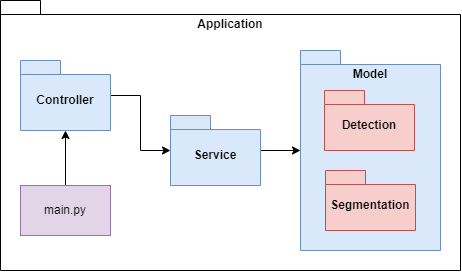
Above: pictures/app_diagram.png in SpoonDoesNotExist/object_detection_and_segmentation (draw.io), before the change. Source tidied: cells renumbered, new cells last; positions are measured from the earlier drawing's top-left corner, leaving out a move shared by most shapes. The source it was exported from:
```xml
<mxGraphModel>
  <root>
    <mxCell id="0" />
    <mxCell id="1" parent="0" />
    <mxCell id="2" value="Application" style="shape=folder;fontStyle=1;spacingTop=10;tabWidth=40;tabHeight=14;tabPosition=left;html=1;whiteSpace=wrap;verticalAlign=top;labelBackgroundColor=default;" parent="1" vertex="1">
      <mxGeometry width="460" height="270" as="geometry" />
    </mxCell>
    <mxCell id="3" style="edgeStyle=orthogonalEdgeStyle;rounded=0;jettySize=auto;html=1;" parent="1" edge="1" source="4" target="5">
      <mxGeometry relative="1" as="geometry" />
    </mxCell>
    <mxCell id="4" value="Service" style="shape=folder;fontStyle=1;spacingTop=10;tabWidth=40;tabHeight=14;tabPosition=left;html=1;whiteSpace=wrap;fillColor=#dae8fc;strokeColor=#6c8ebf;" parent="1" vertex="1">
      <mxGeometry x="170" y="115" width="90" height="70" as="geometry" />
    </mxCell>
    <mxCell id="5" value="Model" style="shape=folder;fontStyle=1;spacingTop=10;tabWidth=40;tabHeight=14;tabPosition=left;html=1;whiteSpace=wrap;verticalAlign=top;fillColor=#dae8fc;strokeColor=#6c8ebf;" parent="1" vertex="1">
      <mxGeometry x="300" y="50" width="140" height="200" as="geometry" />
    </mxCell>
    <mxCell id="6" style="edgeStyle=orthogonalEdgeStyle;rounded=0;jettySize=auto;html=1;" parent="1" edge="1" source="7" target="4">
      <mxGeometry relative="1" as="geometry" />
    </mxCell>
    <mxCell id="7" value="Controller" style="shape=folder;fontStyle=1;spacingTop=10;tabWidth=40;tabHeight=14;tabPosition=left;html=1;whiteSpace=wrap;fillColor=#dae8fc;strokeColor=#6c8ebf;" parent="1" vertex="1">
      <mxGeometry x="20" y="60" width="90" height="70" as="geometry" />
    </mxCell>
    <mxCell id="8" style="edgeStyle=orthogonalEdgeStyle;rounded=0;jettySize=auto;html=1;" parent="1" edge="1" source="9" target="7">
      <mxGeometry relative="1" as="geometry" />
    </mxCell>
    <mxCell id="9" value="main.py" style="html=1;whiteSpace=wrap;fillColor=#e1d5e7;strokeColor=#9673a6;" parent="1" vertex="1">
      <mxGeometry x="20" y="185" width="90" height="50" as="geometry" />
    </mxCell>
    <mxCell id="10" value="Segmentation" style="shape=folder;fontStyle=1;spacingTop=10;tabWidth=40;tabHeight=14;tabPosition=left;html=1;whiteSpace=wrap;fillColor=#f8cecc;strokeColor=#b85450;" parent="1" vertex="1">
      <mxGeometry x="325" y="170" width="90" height="60" as="geometry" />
    </mxCell>
    <mxCell id="11" value="Detection" style="shape=folder;fontStyle=1;spacingTop=10;tabWidth=40;tabHeight=14;tabPosition=left;html=1;whiteSpace=wrap;fillColor=#f8cecc;strokeColor=#b85450;" parent="1" vertex="1">
      <mxGeometry x="324" y="90" width="90" height="60" as="geometry" />
    </mxCell>
  </root>
</mxGraphModel>
```
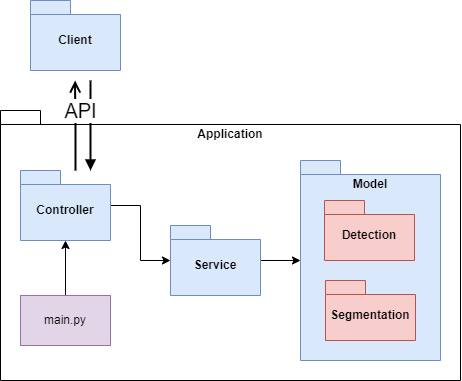
After the change.

The edit, as a diff of the source:
```diff
@@ -32,5 +32,20 @@
     <mxCell id="11" value="Detection" style="shape=folder;fontStyle=1;spacingTop=10;tabWidth=40;tabHeight=14;tabPosition=left;html=1;whiteSpace=wrap;fillColor=#f8cecc;strokeColor=#b85450;" parent="1" vertex="1">
       <mxGeometry x="324" y="90" width="90" height="60" as="geometry" />
     </mxCell>
+    <mxCell id="12" value="Client" style="shape=folder;fontStyle=1;spacingTop=10;tabWidth=40;tabHeight=14;tabPosition=left;html=1;whiteSpace=wrap;fillColor=#dae8fc;strokeColor=#6c8ebf;" parent="1" vertex="1">
+      <mxGeometry x="30" y="-110" width="90" height="70" as="geometry" />
+    </mxCell>
+    <mxCell id="13" style="html=1;verticalAlign=bottom;endArrow=open;endSize=8;edgeStyle=elbowEdgeStyle;elbow=vertical;curved=0;rounded=0;strokeWidth=2;" parent="1" edge="1">
+      <mxGeometry relative="1" as="geometry">
+        <mxPoint x="75" y="60" as="sourcePoint" />
+        <mxPoint x="74.6" y="-30" as="targetPoint" />
+      </mxGeometry>
+    </mxCell>
+    <mxCell id="14" value="API" style="html=1;verticalAlign=middle;endArrow=block;edgeStyle=elbowEdgeStyle;elbow=vertical;curved=0;rounded=0;strokeWidth=2;entryX=0;entryY=0;entryDx=40;entryDy=0;entryPerimeter=0;fontSize=20;align=center;" parent="1" edge="1">
+      <mxGeometry x="-0.33" y="-10" relative="1" as="geometry">
+        <mxPoint x="90" y="-30" as="sourcePoint" />
+        <mxPoint x="90" y="60" as="targetPoint" />
+      </mxGeometry>
+    </mxCell>
   </root>
 </mxGraphModel>
```
